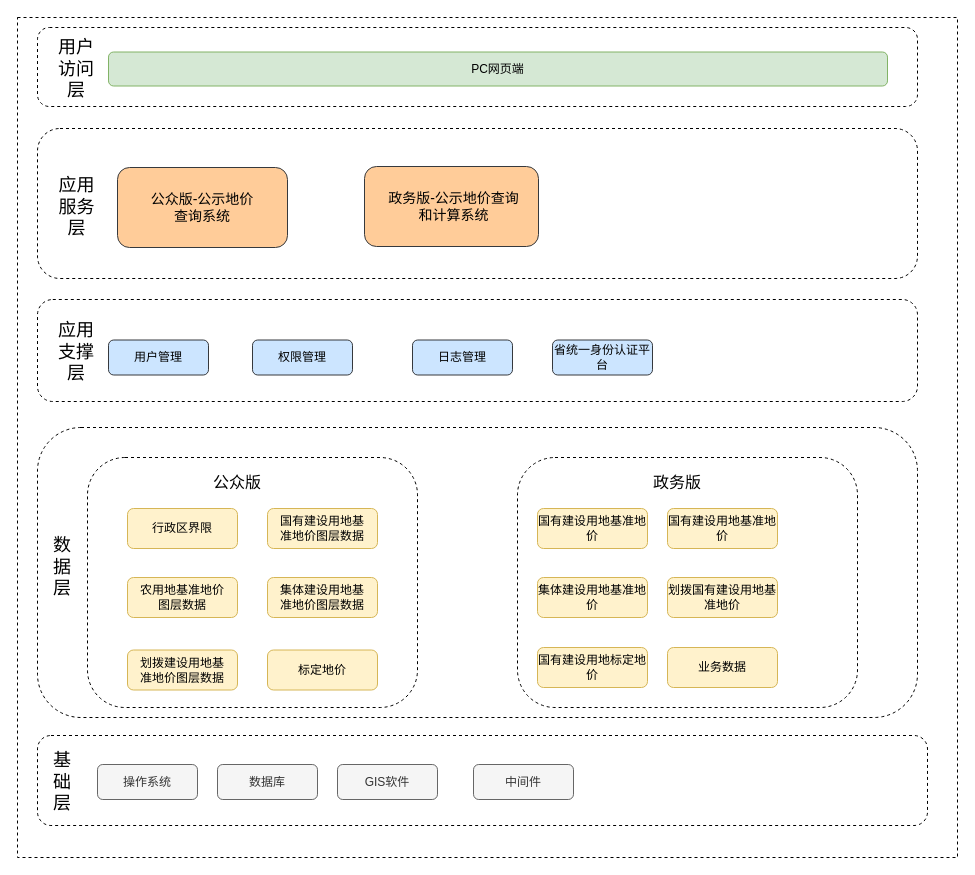
Earlier version of the draw.io diagram UML/广州地价总体框架图.drawio (LonelyCodelang/docs). Source tidied: cells renumbered, new cells numbered last; positions are measured from the earlier drawing's top-left corner, leaving out a move shared by most shapes. Both pictures are drawn from the tidied source at 100%, with x=0, y=0 at pixel (17, 17).
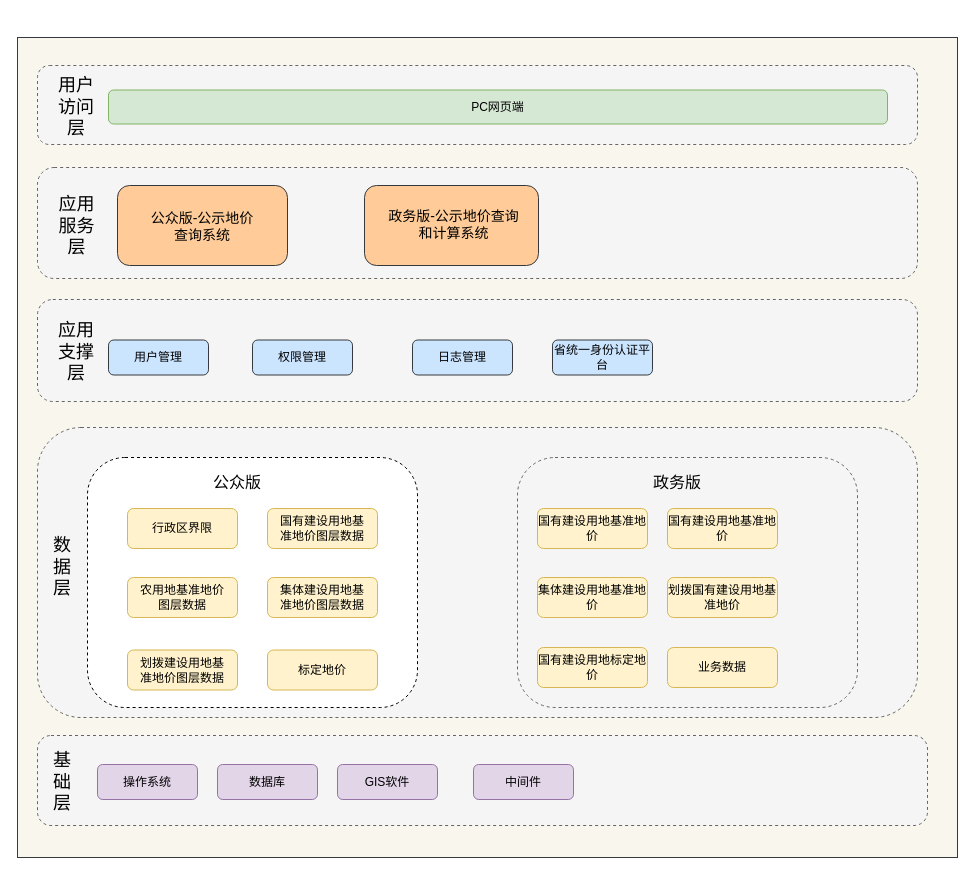
The same page after the edit.

Commit message (it also covers changes not shown here):
更新广州地价总体框架图.drawio

The edit, as a diff of the source:
```diff
@@
-    <mxCell id="2" style="rounded=0;whiteSpace=wrap;html=1;dashed=1;" parent="1" vertex="1">
-      <mxGeometry width="940" height="840" as="geometry" />
+    <mxCell id="2" style="rounded=0;whiteSpace=wrap;html=1;fillColor=#f9f7ed;strokeColor=#36393d;" parent="1" vertex="1">
+      <mxGeometry y="20" width="940" height="820" as="geometry" />
     </mxCell>
-    <mxCell id="3" style="rounded=1;whiteSpace=wrap;html=1;dashed=1;" parent="1" vertex="1">
+    <mxCell id="3" style="rounded=1;whiteSpace=wrap;html=1;dashed=1;fillColor=#f5f5f5;fontColor=#333333;strokeColor=#666666;" parent="1" vertex="1">
       <mxGeometry x="20" y="718" width="890" height="90" as="geometry" />
     </mxCell>
@@
-    <mxCell id="5" value="操作系统" style="rounded=1;whiteSpace=wrap;html=1;fillColor=#f5f5f5;fontColor=#333333;strokeColor=#666666;" parent="1" vertex="1">
+    <mxCell id="5" value="操作系统" style="rounded=1;whiteSpace=wrap;html=1;fillColor=#e1d5e7;strokeColor=#9673a6;" parent="1" vertex="1">
       <mxGeometry x="80" y="747" width="100" height="35" as="geometry" />
     </mxCell>
-    <mxCell id="6" value="数据库" style="rounded=1;whiteSpace=wrap;html=1;fillColor=#f5f5f5;fontColor=#333333;strokeColor=#666666;" parent="1" vertex="1">
+    <mxCell id="6" value="数据库" style="rounded=1;whiteSpace=wrap;html=1;fillColor=#e1d5e7;strokeColor=#9673a6;" parent="1" vertex="1">
       <mxGeometry x="200" y="747" width="100" height="35" as="geometry" />
     </mxCell>
-    <mxCell id="7" value="GIS软件" style="rounded=1;whiteSpace=wrap;html=1;fillColor=#f5f5f5;fontColor=#333333;strokeColor=#666666;" parent="1" vertex="1">
+    <mxCell id="7" value="GIS软件" style="rounded=1;whiteSpace=wrap;html=1;fillColor=#e1d5e7;strokeColor=#9673a6;" parent="1" vertex="1">
       <mxGeometry x="320" y="747" width="100" height="35" as="geometry" />
     </mxCell>
-    <mxCell id="8" value="中间件" style="rounded=1;whiteSpace=wrap;html=1;fillColor=#f5f5f5;fontColor=#333333;strokeColor=#666666;" parent="1" vertex="1">
+    <mxCell id="8" value="中间件" style="rounded=1;whiteSpace=wrap;html=1;fillColor=#e1d5e7;strokeColor=#9673a6;" parent="1" vertex="1">
       <mxGeometry x="456" y="747" width="100" height="35" as="geometry" />
     </mxCell>
-    <mxCell id="9" style="rounded=1;whiteSpace=wrap;html=1;dashed=1;" parent="1" vertex="1">
+    <mxCell id="9" style="rounded=1;whiteSpace=wrap;html=1;dashed=1;fillColor=#f5f5f5;fontColor=#333333;strokeColor=#666666;" parent="1" vertex="1">
       <mxGeometry x="20" y="410" width="880" height="290" as="geometry" />
     </mxCell>
@@
-    <mxCell id="18" style="rounded=1;whiteSpace=wrap;html=1;dashed=1;" parent="1" vertex="1">
+    <mxCell id="18" style="rounded=1;whiteSpace=wrap;html=1;dashed=1;fillColor=#f5f5f5;fontColor=#333333;strokeColor=#666666;" parent="1" vertex="1">
       <mxGeometry x="500" y="440" width="340" height="250" as="geometry" />
     </mxCell>
@@
-    <mxCell id="27" style="rounded=1;whiteSpace=wrap;html=1;dashed=1;" parent="1" vertex="1">
+    <mxCell id="27" style="rounded=1;whiteSpace=wrap;html=1;dashed=1;fillColor=#f5f5f5;fontColor=#333333;strokeColor=#666666;" parent="1" vertex="1">
       <mxGeometry x="20" y="282" width="880" height="102" as="geometry" />
     </mxCell>
@@
-    <mxCell id="33" style="rounded=1;whiteSpace=wrap;html=1;dashed=1;" parent="1" vertex="1">
-      <mxGeometry x="20" y="111" width="880" height="150" as="geometry" />
+    <mxCell id="33" style="rounded=1;whiteSpace=wrap;html=1;dashed=1;fillColor=#f5f5f5;fontColor=#333333;strokeColor=#666666;" parent="1" vertex="1">
+      <mxGeometry x="20" y="150" width="880" height="111" as="geometry" />
     </mxCell>
     <mxCell id="34" value="应用服务层" style="text;html=1;align=center;verticalAlign=middle;whiteSpace=wrap;rounded=0;fontSize=18;fontStyle=0;" parent="1" vertex="1">
-      <mxGeometry x="37.5" y="145" width="42.5" height="90" as="geometry" />
+      <mxGeometry x="37.5" y="164" width="42.5" height="90" as="geometry" />
     </mxCell>
     <mxCell id="35" style="rounded=1;whiteSpace=wrap;html=1;fillColor=#ffcc99;strokeColor=#36393d;" parent="1" vertex="1">
-      <mxGeometry x="100" y="150" width="170" height="80" as="geometry" />
+      <mxGeometry x="100" y="168" width="170" height="80" as="geometry" />
     </mxCell>
     <mxCell id="36" value="公众版-公示地价&lt;br style=&quot;font-size: 14px;&quot;&gt;查询系统" style="text;html=1;align=center;verticalAlign=middle;whiteSpace=wrap;rounded=0;fontSize=14;" parent="1" vertex="1">
-      <mxGeometry x="105" y="175" width="160" height="30" as="geometry" />
+      <mxGeometry x="105" y="194" width="160" height="30" as="geometry" />
     </mxCell>
     <mxCell id="37" style="rounded=1;whiteSpace=wrap;html=1;fillColor=#ffcc99;strokeColor=#36393d;" parent="1" vertex="1">
-      <mxGeometry x="347" y="149" width="174" height="80" as="geometry" />
+      <mxGeometry x="347" y="168" width="174" height="80" as="geometry" />
     </mxCell>
     <mxCell id="38" value="政务版-公示地价查询&lt;br style=&quot;font-size: 14px;&quot;&gt;和计算系统" style="text;html=1;align=center;verticalAlign=middle;whiteSpace=wrap;rounded=0;fontSize=14;" parent="1" vertex="1">
-      <mxGeometry x="347.5" y="174" width="177" height="30" as="geometry" />
+      <mxGeometry x="347.5" y="192" width="177" height="30" as="geometry" />
     </mxCell>
-    <mxCell id="39" style="rounded=1;whiteSpace=wrap;html=1;dashed=1;" parent="1" vertex="1">
-      <mxGeometry x="20" y="10" width="880" height="79" as="geometry" />
+    <mxCell id="39" style="rounded=1;whiteSpace=wrap;html=1;dashed=1;fillColor=#f5f5f5;fontColor=#333333;strokeColor=#666666;" parent="1" vertex="1">
+      <mxGeometry x="20" y="48" width="880" height="79" as="geometry" />
     </mxCell>
     <mxCell id="40" value="用户访问层" style="text;html=1;align=center;verticalAlign=middle;whiteSpace=wrap;rounded=0;fontSize=18;fontStyle=0;" parent="1" vertex="1">
-      <mxGeometry x="38.8" y="17" width="40" height="69" as="geometry" />
+      <mxGeometry x="38.8" y="55" width="40" height="69" as="geometry" />
     </mxCell>
     <mxCell id="41" value="PC网页端" style="rounded=1;whiteSpace=wrap;html=1;fillColor=#d5e8d4;strokeColor=#82b366;" parent="1" vertex="1">
-      <mxGeometry x="91" y="34.5" width="779" height="34" as="geometry" />
+      <mxGeometry x="91" y="72.5" width="779" height="34" as="geometry" />
     </mxCell>
```
